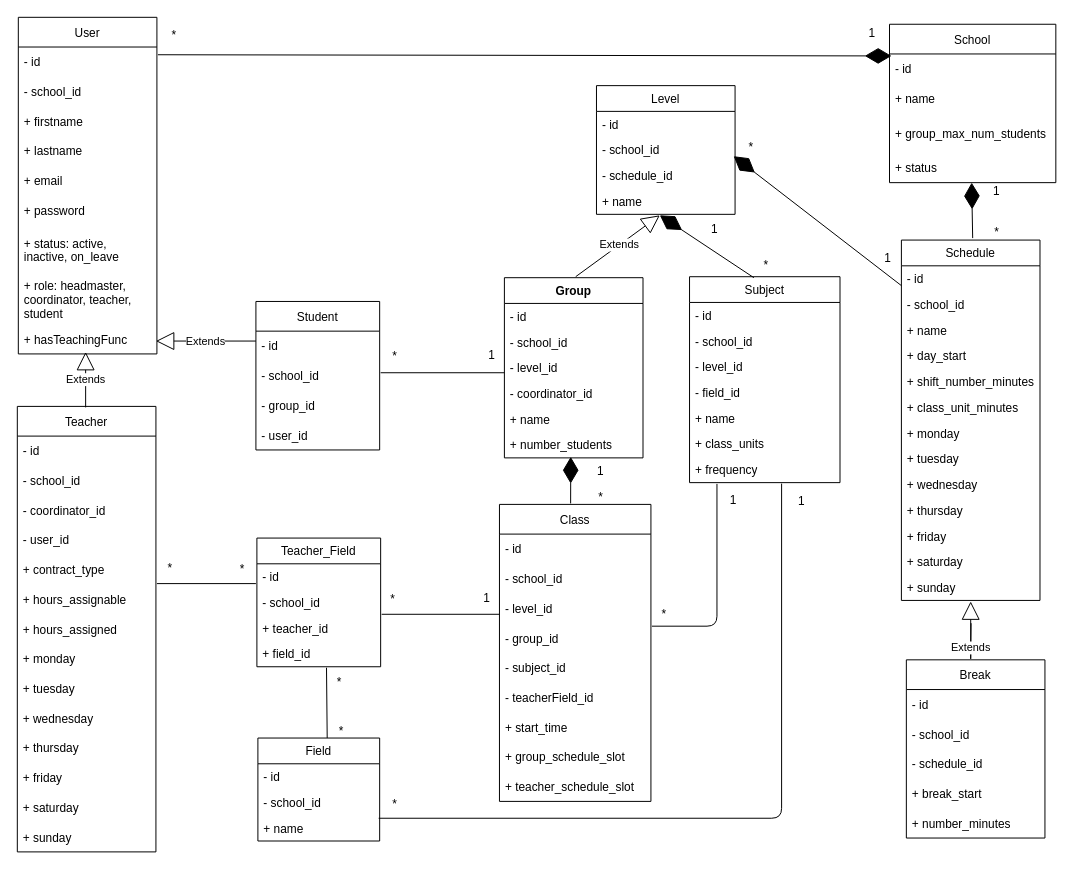
The draw.io diagram support/3_design/entities/entities_UML.drawio in JeromeVargas/schedule_maker, before the edit. Source tidied: cells renumbered, new cells numbered last; positions are measured from the earlier drawing's top-left corner, leaving out a move shared by most shapes. Both pictures are drawn from the tidied source at 99%, with x=0, y=0 at pixel (17, 17).
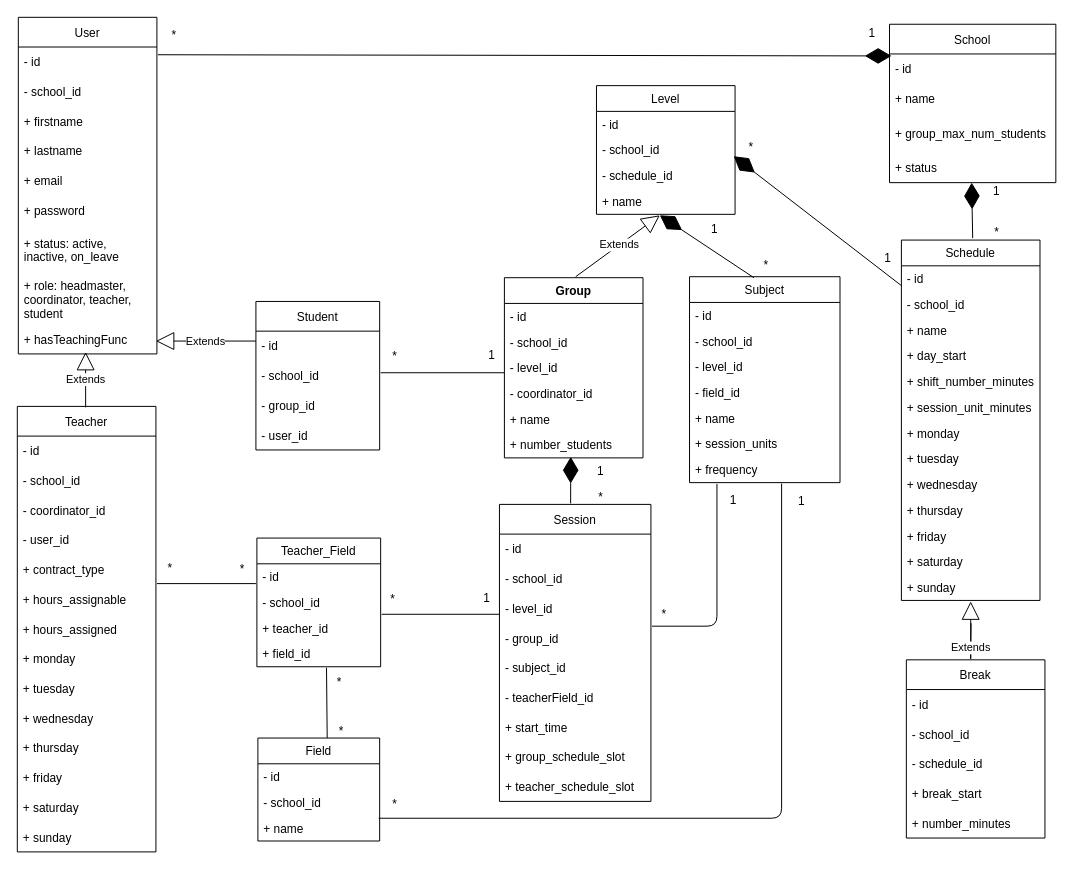
The same diagram, later.

Unchanged cells that the change refers to:
```xml
<mxCell id="18" value="Schedule" style="swimlane;fontStyle=0;horizontal=1;startSize=26;fillColor=none;" parent="1" vertex="1">
  <mxGeometry x="893" y="225" width="140" height="364" as="geometry" />
</mxCell>
<mxCell id="44" value="Subject" style="swimlane;fontStyle=0;horizontal=1;startSize=26;fillColor=none;" parent="1" vertex="1">
  <mxGeometry x="679" y="262" width="152" height="208" as="geometry" />
</mxCell>
```

What changed in the source:
```diff
@@
-    <mxCell id="24" value="+ class_unit_minutes" style="text;strokeColor=none;fillColor=none;align=left;verticalAlign=top;spacingLeft=4;spacingRight=4;overflow=hidden;" parent="18" vertex="1">
+    <mxCell id="24" value="+ session_unit_minutes" style="text;strokeColor=none;fillColor=none;align=left;verticalAlign=top;spacingLeft=4;spacingRight=4;overflow=hidden;" parent="18" vertex="1">
       <mxGeometry y="156" width="140" height="26" as="geometry" />
     </mxCell>
@@
-    <mxCell id="50" value="+ class_units" style="text;strokeColor=none;fillColor=none;align=left;verticalAlign=top;spacingLeft=4;spacingRight=4;overflow=hidden;" parent="44" vertex="1">
+    <mxCell id="50" value="+ session_units" style="text;strokeColor=none;fillColor=none;align=left;verticalAlign=top;spacingLeft=4;spacingRight=4;overflow=hidden;" parent="44" vertex="1">
       <mxGeometry y="156" width="152" height="26" as="geometry" />
     </mxCell>
@@
-    <mxCell id="52" value="Class" style="swimlane;fontStyle=0;horizontal=1;startSize=30;" parent="1" vertex="1">
+    <mxCell id="52" value="Session" style="swimlane;fontStyle=0;horizontal=1;startSize=30;" parent="1" vertex="1">
       <mxGeometry x="487" y="492" width="153" height="300" as="geometry" />
     </mxCell>
```
